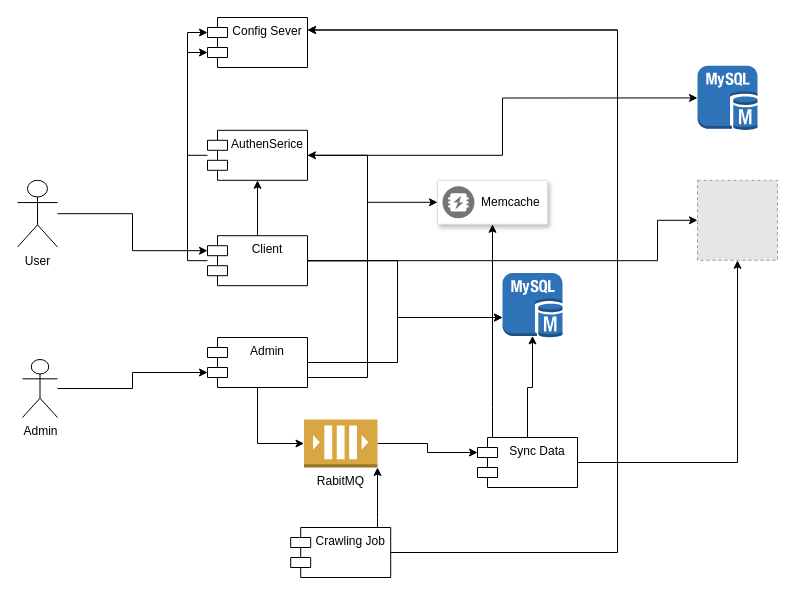
Earlier version of the draw.io diagram page "Process-view" (1 of 5) of design.drawio (namphkma/DATN). Source tidied: cells renumbered, new cells numbered last; positions are measured from the earlier drawing's top-left corner, leaving out a move shared by most shapes. Both pictures are drawn from the tidied source at 100%, with x=0, y=0 at pixel (17, 17). Pictures stored in the file or linked from it are replaced by grey dashed boxes.
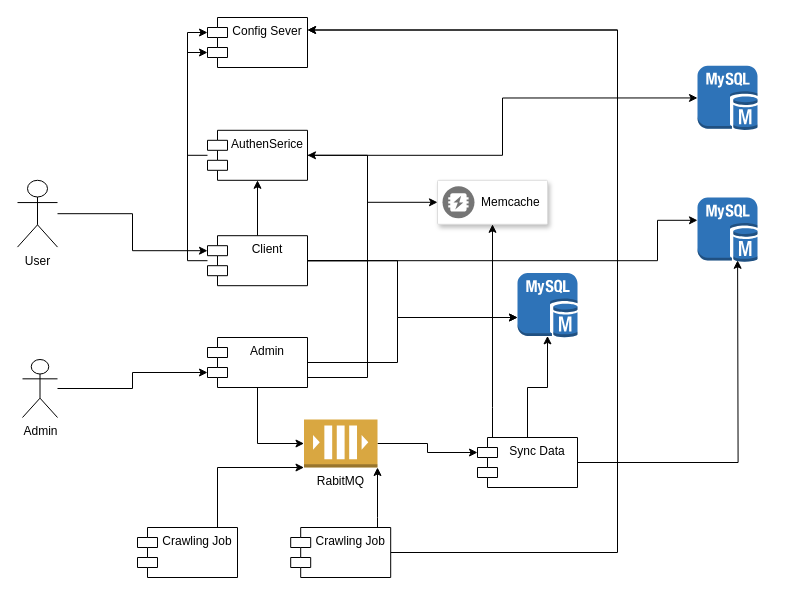
Above is the later version.

The change refers to these unchanged cells:
```xml
<mxCell id="11" value="Client" style="shape=module;align=left;spacingLeft=20;align=center;verticalAlign=top;" parent="1" vertex="1">
  <mxGeometry x="190" y="218.2" width="100" height="50" as="geometry" />
</mxCell>
<mxCell id="13" value="RabitMQ" style="outlineConnect=0;dashed=0;verticalLabelPosition=bottom;verticalAlign=top;align=center;html=1;shape=mxgraph.aws3.queue;fillColor=#D9A741;gradientColor=none;" parent="1" vertex="1">
  <mxGeometry x="286.5" y="402" width="73.5" height="48" as="geometry" />
</mxCell>
<mxCell id="25" value="Sync Data" style="shape=module;align=left;spacingLeft=20;align=center;verticalAlign=top;" parent="1" vertex="1">
  <mxGeometry x="460" y="420" width="100" height="50" as="geometry" />
</mxCell>
```

Diff of the diagram source:
```diff
@@
-    <mxCell id="8" style="edgeStyle=orthogonalEdgeStyle;rounded=0;jettySize=auto;html=1;entryX=0;entryY=0.5;entryDx=0;entryDy=0;" parent="1" edge="1" source="11" target="26">
+    <mxCell id="8" style="edgeStyle=orthogonalEdgeStyle;rounded=0;jettySize=auto;html=1;entryX=0;entryY=0.5;entryDx=0;entryDy=0;" parent="1" edge="1" source="11">
       <mxGeometry relative="1" as="geometry">
+        <mxPoint x="680" y="202.8" as="targetPoint" />
         <Array as="points">
           <mxPoint x="640" y="243" />
           <mxPoint x="640" y="203" />
         </Array>
       </mxGeometry>
     </mxCell>
@@
     <mxCell id="14" style="outlineConnect=0;dashed=0;verticalLabelPosition=bottom;verticalAlign=top;align=center;html=1;shape=mxgraph.aws3.mysql_db_instance;fillColor=#2E73B8;gradientColor=none;" parent="1" vertex="1">
-      <mxGeometry x="485" y="255.5" width="60" height="64.5" as="geometry" />
+      <mxGeometry x="500" y="255.5" width="60" height="64.5" as="geometry" />
     </mxCell>
@@
-    <mxCell id="21" style="edgeStyle=orthogonalEdgeStyle;rounded=0;jettySize=auto;html=1;" parent="1" edge="1" source="25" target="26">
-      <mxGeometry relative="1" as="geometry" />
+    <mxCell id="21" style="edgeStyle=orthogonalEdgeStyle;rounded=0;jettySize=auto;html=1;" parent="1" edge="1" source="25">
+      <mxGeometry relative="1" as="geometry">
+        <mxPoint x="720.1" y="242.8" as="targetPoint" />
+      </mxGeometry>
     </mxCell>
@@
-    <mxCell id="26" style="fillColor=#E6E6E6;strokeColor=#999999;dashed=1;html=1;verticalAlign=top;verticalLabelPosition=bottom;labelBackgroundColor=#ffffff;" parent="1" vertex="1">
-      <mxGeometry x="680" y="162.8" width="80" height="80" as="geometry" />
-    </mxCell>
@@
+    <mxCell id="35" style="dashed=0;verticalLabelPosition=bottom;verticalAlign=top;align=center;html=1;shape=mxgraph.aws3.mysql_db_instance;fillColor=#2E73B8;gradientColor=none;" parent="1" vertex="1">
+      <mxGeometry x="680" y="180" width="60" height="64.5" as="geometry" />
+    </mxCell>
+    <mxCell id="36" style="edgeStyle=orthogonalEdgeStyle;rounded=0;jettySize=auto;html=1;entryX=0;entryY=1;entryDx=0;entryDy=0;entryPerimeter=0;" parent="1" edge="1" source="37" target="13">
+      <mxGeometry relative="1" as="geometry">
+        <Array as="points">
+          <mxPoint x="200" y="450" />
+        </Array>
+      </mxGeometry>
+    </mxCell>
+    <mxCell id="37" value="Crawling Job" style="shape=module;align=left;spacingLeft=20;align=center;verticalAlign=top;" parent="1" vertex="1">
+      <mxGeometry x="120" y="510" width="100" height="50" as="geometry" />
+    </mxCell>
```
